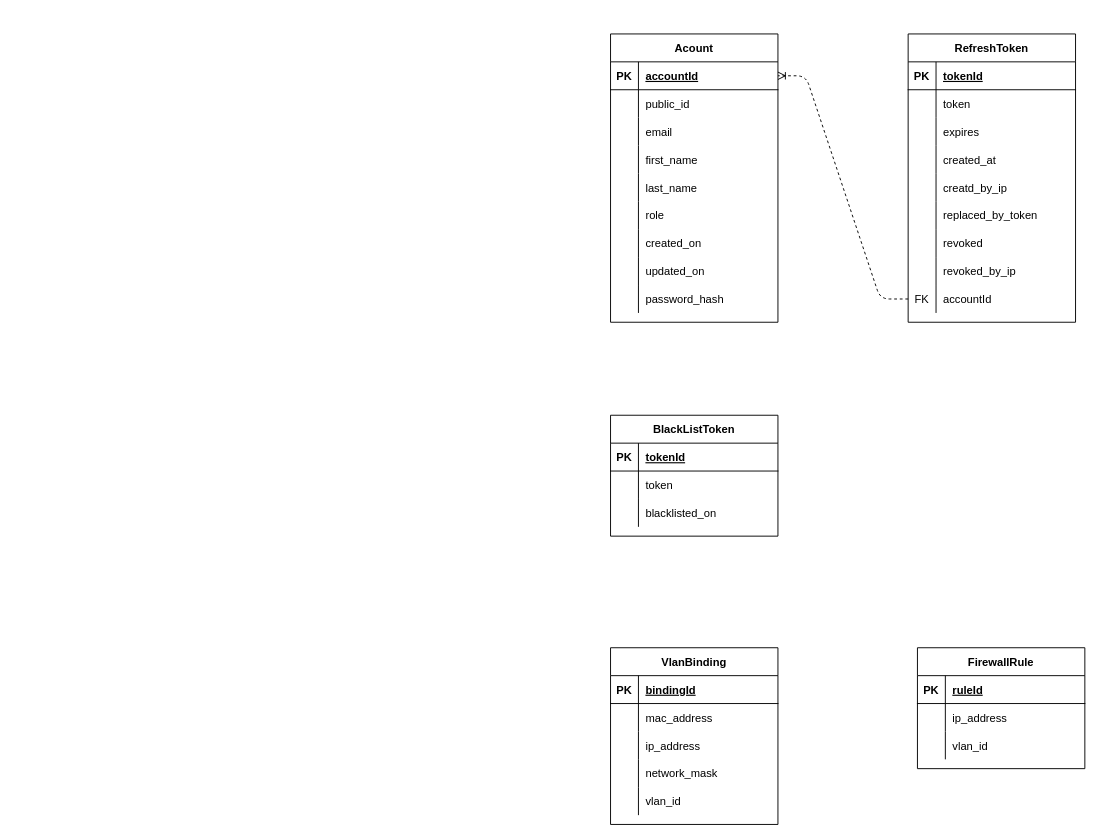
Before: Sytem_Design/ERD.drawio in coderhh/lan-management, a draw.io diagram. Source tidied: cells renumbered, new cells numbered last; positions are measured from the earlier drawing's top-left corner, leaving out a move shared by most shapes. Both pictures are drawn from the tidied source at 93%, with x=0, y=0 at pixel (610, 33).
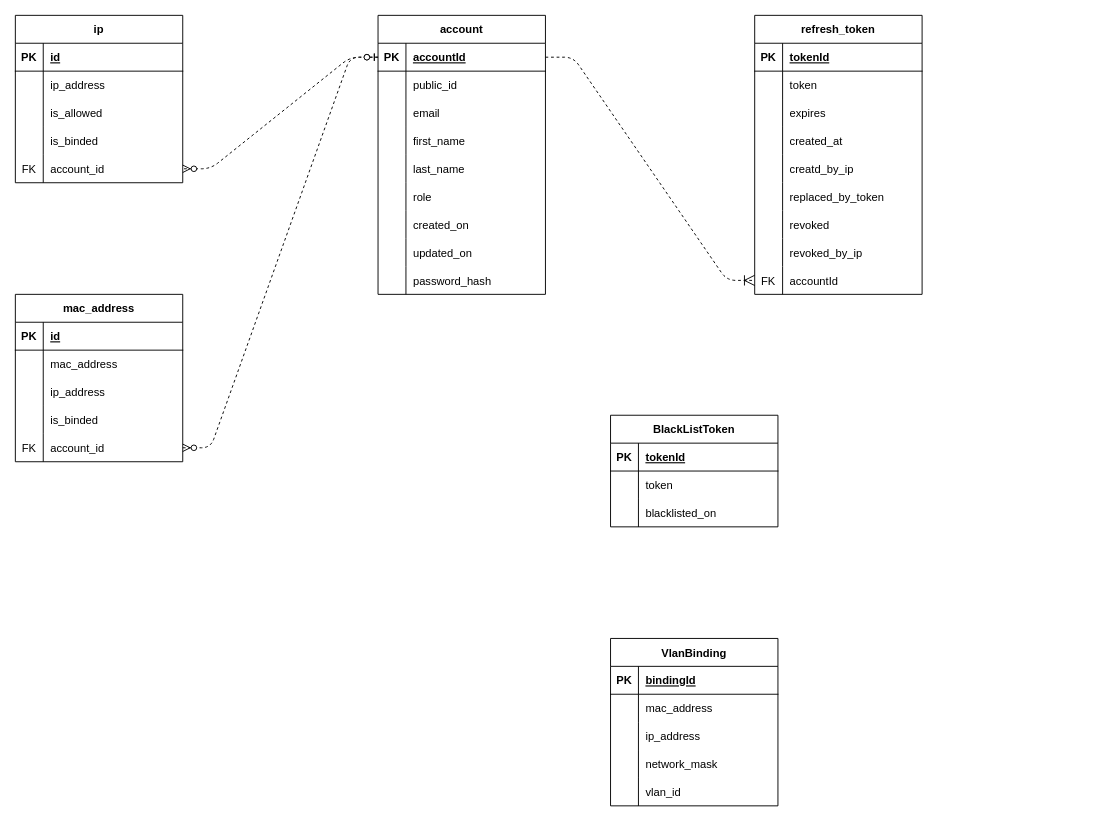
The same diagram, later.

Unchanged cells that the change refers to:
```xml
<mxCell id="29" style="shape=partialRectangle;fillColor=none;top=0;left=0;bottom=1;right=0;points=[[0,0.5],[1,0.5]];portConstraint=eastwest;" parent="28" vertex="1">
  <mxGeometry y="30" width="180" height="30" as="geometry" />
</mxCell>
<mxCell id="81" style="shape=partialRectangle;fillColor=none;top=0;left=0;bottom=0;right=0;points=[[0,0.5],[1,0.5]];portConstraint=eastwest;" parent="56" vertex="1">
  <mxGeometry y="270" width="180" height="30" as="geometry" />
</mxCell>
```

Change to the diagram source:
```diff
@@
     <mxCell id="2" value="VlanBinding" style="shape=table;startSize=30;childLayout=tableLayout;rowLines=0;fontStyle=1;align=center;" parent="1" vertex="1">
-      <mxGeometry y="660" width="180" height="190" as="geometry" />
+      <mxGeometry y="650" width="180" height="180" as="geometry" />
     </mxCell>
@@
-    <mxCell id="18" value="FirewallRule" style="shape=table;startSize=30;childLayout=tableLayout;rowLines=0;fontStyle=1;align=center;" parent="1" vertex="1">
-      <mxGeometry x="330" y="660" width="180" height="130" as="geometry" />
-    </mxCell>
-    <mxCell id="19" style="shape=partialRectangle;fillColor=none;top=0;left=0;bottom=1;right=0;" parent="18" vertex="1">
-      <mxGeometry y="30" width="180" height="30" as="geometry" />
-    </mxCell>
-    <mxCell id="20" value="PK" style="shape=partialRectangle;fillColor=none;top=0;left=0;bottom=0;right=0;fontStyle=1;overflow=hidden;" parent="19" vertex="1">
-      <mxGeometry width="30" height="30" as="geometry" />
-    </mxCell>
-    <mxCell id="21" value="ruleId" style="shape=partialRectangle;fillColor=none;top=0;left=0;bottom=0;right=0;align=left;spacingLeft=6;fontStyle=5;overflow=hidden;" parent="19" vertex="1">
-      <mxGeometry x="30" width="150" height="30" as="geometry" />
-    </mxCell>
-    <mxCell id="22" style="shape=partialRectangle;fillColor=none;top=0;left=0;bottom=0;right=0;" parent="18" vertex="1">
-      <mxGeometry y="60" width="180" height="30" as="geometry" />
-    </mxCell>
-    <mxCell id="23" style="shape=partialRectangle;fillColor=none;top=0;left=0;bottom=0;right=0;overflow=hidden;" parent="22" vertex="1">
-      <mxGeometry width="30" height="30" as="geometry" />
-    </mxCell>
-    <mxCell id="24" value="ip_address" style="shape=partialRectangle;fillColor=none;top=0;left=0;bottom=0;right=0;align=left;spacingLeft=6;overflow=hidden;" parent="22" vertex="1">
-      <mxGeometry x="30" width="150" height="30" as="geometry" />
-    </mxCell>
-    <mxCell id="25" style="shape=partialRectangle;fillColor=none;top=0;left=0;bottom=0;right=0;" parent="18" vertex="1">
-      <mxGeometry y="90" width="180" height="30" as="geometry" />
-    </mxCell>
-    <mxCell id="26" style="shape=partialRectangle;fillColor=none;top=0;left=0;bottom=0;right=0;overflow=hidden;" parent="25" vertex="1">
-      <mxGeometry width="30" height="30" as="geometry" />
-    </mxCell>
-    <mxCell id="27" value="vlan_id" style="shape=partialRectangle;fillColor=none;top=0;left=0;bottom=0;right=0;align=left;spacingLeft=6;overflow=hidden;" parent="25" vertex="1">
-      <mxGeometry x="30" width="150" height="30" as="geometry" />
-    </mxCell>
-    <mxCell id="28" value="Acount" style="shape=table;startSize=30;childLayout=tableLayout;rowLines=0;fontStyle=1;align=center;" parent="1" vertex="1">
-      <mxGeometry width="180" height="310" as="geometry" />
+    <mxCell id="28" value="account" style="shape=table;startSize=30;childLayout=tableLayout;rowLines=0;fontStyle=1;align=center;" parent="1" vertex="1">
+      <mxGeometry x="-250" y="-20" width="180" height="300" as="geometry" />
     </mxCell>
@@
-    <mxCell id="56" value="RefreshToken" style="shape=table;startSize=30;childLayout=tableLayout;rowLines=0;fontStyle=1;align=center;" parent="1" vertex="1">
-      <mxGeometry x="320" width="180" height="310" as="geometry" />
+    <mxCell id="56" value="refresh_token" style="shape=table;startSize=30;childLayout=tableLayout;rowLines=0;fontStyle=1;align=center;" parent="1" vertex="1">
+      <mxGeometry x="155" y="-20" width="180" height="300" as="geometry" />
     </mxCell>
@@
+    <mxCell id="95" style="edgeStyle=none;rounded=1;html=1;exitX=0.5;exitY=1;exitDx=0;exitDy=0;entryX=0.503;entryY=1.002;entryDx=0;entryDy=0;entryPerimeter=0;startSize=9;endSize=9;strokeColor=default;strokeWidth=1;" parent="56" edge="1" source="56" target="81">
+      <mxGeometry relative="1" as="geometry" />
+    </mxCell>
     <mxCell id="84" value="BlackListToken" style="shape=table;startSize=30;childLayout=tableLayout;rowLines=0;fontStyle=1;align=center;" parent="1" vertex="1">
-      <mxGeometry y="410" width="180" height="130" as="geometry" />
+      <mxGeometry y="410" width="180" height="120" as="geometry" />
     </mxCell>
@@
-    <mxCell id="94" style="edgeStyle=entityRelationEdgeStyle;fontSize=12;html=1;endArrow=ERoneToMany;exitX=0;exitY=0.5;exitDx=0;exitDy=0;entryX=1;entryY=0.5;entryDx=0;entryDy=0;strokeColor=default;dashed=1;" parent="1" edge="1" source="81" target="29">
+    <mxCell id="94" style="edgeStyle=entityRelationEdgeStyle;fontSize=12;html=1;endArrow=ERoneToMany;entryX=0;entryY=0.5;entryDx=0;entryDy=0;exitX=1;exitY=0.5;exitDx=0;exitDy=0;startSize=9;strokeWidth=1;rounded=1;endSize=9;dashed=1;" parent="1" edge="1" source="29" target="81">
       <mxGeometry relative="1" as="geometry" />
     </mxCell>
+    <mxCell id="96" value="ip" style="shape=table;startSize=30;childLayout=tableLayout;rowLines=0;fontStyle=1;align=center;" parent="1" vertex="1">
+      <mxGeometry x="-640" y="-20" width="180" height="180" as="geometry" />
+    </mxCell>
+    <mxCell id="97" style="shape=partialRectangle;fillColor=none;top=0;left=0;bottom=1;right=0;" parent="96" vertex="1">
+      <mxGeometry y="30" width="180" height="30" as="geometry" />
+    </mxCell>
+    <mxCell id="98" value="PK" style="shape=partialRectangle;fillColor=none;top=0;left=0;bottom=0;right=0;fontStyle=1;overflow=hidden;" parent="97" vertex="1">
+      <mxGeometry width="30" height="30" as="geometry" />
+    </mxCell>
+    <mxCell id="99" value="id" style="shape=partialRectangle;fillColor=none;top=0;left=0;bottom=0;right=0;align=left;spacingLeft=6;fontStyle=5;overflow=hidden;" parent="97" vertex="1">
+      <mxGeometry x="30" width="150" height="30" as="geometry" />
+    </mxCell>
+    <mxCell id="100" style="shape=partialRectangle;fillColor=none;top=0;left=0;bottom=0;right=0;" parent="96" vertex="1">
+      <mxGeometry y="60" width="180" height="30" as="geometry" />
+    </mxCell>
+    <mxCell id="101" style="shape=partialRectangle;fillColor=none;top=0;left=0;bottom=0;right=0;overflow=hidden;" parent="100" vertex="1">
+      <mxGeometry width="30" height="30" as="geometry" />
+    </mxCell>
+    <mxCell id="102" value="ip_address" style="shape=partialRectangle;fillColor=none;top=0;left=0;bottom=0;right=0;align=left;spacingLeft=6;overflow=hidden;" parent="100" vertex="1">
+      <mxGeometry x="30" width="150" height="30" as="geometry" />
+    </mxCell>
+    <mxCell id="103" style="shape=partialRectangle;fillColor=none;top=0;left=0;bottom=0;right=0;" parent="96" vertex="1">
+      <mxGeometry y="90" width="180" height="30" as="geometry" />
+    </mxCell>
+    <mxCell id="104" style="shape=partialRectangle;fillColor=none;top=0;left=0;bottom=0;right=0;overflow=hidden;" parent="103" vertex="1">
+      <mxGeometry width="30" height="30" as="geometry" />
+    </mxCell>
+    <mxCell id="105" value="is_allowed" style="shape=partialRectangle;fillColor=none;top=0;left=0;bottom=0;right=0;align=left;spacingLeft=6;overflow=hidden;" parent="103" vertex="1">
+      <mxGeometry x="30" width="150" height="30" as="geometry" />
+    </mxCell>
+    <mxCell id="106" style="shape=partialRectangle;fillColor=none;top=0;left=0;bottom=0;right=0;" parent="96" vertex="1">
+      <mxGeometry y="120" width="180" height="30" as="geometry" />
+    </mxCell>
+    <mxCell id="107" style="shape=partialRectangle;fillColor=none;top=0;left=0;bottom=0;right=0;overflow=hidden;" parent="106" vertex="1">
+      <mxGeometry width="30" height="30" as="geometry" />
+    </mxCell>
+    <mxCell id="108" value="is_binded" style="shape=partialRectangle;fillColor=none;top=0;left=0;bottom=0;right=0;align=left;spacingLeft=6;overflow=hidden;" parent="106" vertex="1">
+      <mxGeometry x="30" width="150" height="30" as="geometry" />
+    </mxCell>
+    <mxCell id="109" style="shape=partialRectangle;fillColor=none;top=0;left=0;bottom=0;right=0;points=[[0,0.5],[1,0.5]];portConstraint=eastwest;" parent="96" vertex="1">
+      <mxGeometry y="150" width="180" height="30" as="geometry" />
+    </mxCell>
+    <mxCell id="110" value="FK" style="shape=partialRectangle;fillColor=none;top=0;left=0;bottom=0;right=0;overflow=hidden;" parent="109" vertex="1">
+      <mxGeometry width="30" height="30" as="geometry" />
+    </mxCell>
+    <mxCell id="111" value="account_id" style="shape=partialRectangle;fillColor=none;top=0;left=0;bottom=0;right=0;align=left;spacingLeft=6;overflow=hidden;" parent="109" vertex="1">
+      <mxGeometry x="30" width="150" height="30" as="geometry" />
+    </mxCell>
+    <mxCell id="112" value="mac_address" style="shape=table;startSize=30;childLayout=tableLayout;rowLines=0;fontStyle=1;align=center;" parent="1" vertex="1">
+      <mxGeometry x="-640" y="280" width="180" height="180" as="geometry" />
+    </mxCell>
+    <mxCell id="113" style="shape=partialRectangle;fillColor=none;top=0;left=0;bottom=1;right=0;" parent="112" vertex="1">
+      <mxGeometry y="30" width="180" height="30" as="geometry" />
+    </mxCell>
+    <mxCell id="114" value="PK" style="shape=partialRectangle;fillColor=none;top=0;left=0;bottom=0;right=0;fontStyle=1;overflow=hidden;" parent="113" vertex="1">
+      <mxGeometry width="30" height="30" as="geometry" />
+    </mxCell>
+    <mxCell id="115" value="id" style="shape=partialRectangle;fillColor=none;top=0;left=0;bottom=0;right=0;align=left;spacingLeft=6;fontStyle=5;overflow=hidden;" parent="113" vertex="1">
+      <mxGeometry x="30" width="150" height="30" as="geometry" />
+    </mxCell>
+    <mxCell id="116" style="shape=partialRectangle;fillColor=none;top=0;left=0;bottom=0;right=0;" parent="112" vertex="1">
+      <mxGeometry y="60" width="180" height="30" as="geometry" />
+    </mxCell>
+    <mxCell id="117" style="shape=partialRectangle;fillColor=none;top=0;left=0;bottom=0;right=0;overflow=hidden;" parent="116" vertex="1">
+      <mxGeometry width="30" height="30" as="geometry" />
+    </mxCell>
+    <mxCell id="118" value="mac_address" style="shape=partialRectangle;fillColor=none;top=0;left=0;bottom=0;right=0;align=left;spacingLeft=6;overflow=hidden;" parent="116" vertex="1">
+      <mxGeometry x="30" width="150" height="30" as="geometry" />
+    </mxCell>
+    <mxCell id="119" style="shape=partialRectangle;fillColor=none;top=0;left=0;bottom=0;right=0;" parent="112" vertex="1">
+      <mxGeometry y="90" width="180" height="30" as="geometry" />
+    </mxCell>
+    <mxCell id="120" style="shape=partialRectangle;fillColor=none;top=0;left=0;bottom=0;right=0;overflow=hidden;" parent="119" vertex="1">
+      <mxGeometry width="30" height="30" as="geometry" />
+    </mxCell>
+    <mxCell id="121" value="ip_address" style="shape=partialRectangle;fillColor=none;top=0;left=0;bottom=0;right=0;align=left;spacingLeft=6;overflow=hidden;" parent="119" vertex="1">
+      <mxGeometry x="30" width="150" height="30" as="geometry" />
+    </mxCell>
+    <mxCell id="122" style="shape=partialRectangle;fillColor=none;top=0;left=0;bottom=0;right=0;" parent="112" vertex="1">
+      <mxGeometry y="120" width="180" height="30" as="geometry" />
+    </mxCell>
+    <mxCell id="123" style="shape=partialRectangle;fillColor=none;top=0;left=0;bottom=0;right=0;overflow=hidden;" parent="122" vertex="1">
+      <mxGeometry width="30" height="30" as="geometry" />
+    </mxCell>
+    <mxCell id="124" value="is_binded" style="shape=partialRectangle;fillColor=none;top=0;left=0;bottom=0;right=0;align=left;spacingLeft=6;overflow=hidden;" parent="122" vertex="1">
+      <mxGeometry x="30" width="150" height="30" as="geometry" />
+    </mxCell>
+    <mxCell id="125" style="shape=partialRectangle;fillColor=none;top=0;left=0;bottom=0;right=0;points=[[0,0.5],[1,0.5]];portConstraint=eastwest;" parent="112" vertex="1">
+      <mxGeometry y="150" width="180" height="30" as="geometry" />
+    </mxCell>
+    <mxCell id="126" value="FK" style="shape=partialRectangle;fillColor=none;top=0;left=0;bottom=0;right=0;overflow=hidden;" parent="125" vertex="1">
+      <mxGeometry width="30" height="30" as="geometry" />
+    </mxCell>
+    <mxCell id="127" value="account_id" style="shape=partialRectangle;fillColor=none;top=0;left=0;bottom=0;right=0;align=left;spacingLeft=6;overflow=hidden;" parent="125" vertex="1">
+      <mxGeometry x="30" width="150" height="30" as="geometry" />
+    </mxCell>
+    <mxCell id="128" style="edgeStyle=entityRelationEdgeStyle;fontSize=12;html=1;endArrow=ERzeroToMany;startArrow=ERzeroToOne;exitX=0;exitY=0.5;exitDx=0;exitDy=0;entryX=1;entryY=0.5;entryDx=0;entryDy=0;dashed=1;" parent="1" edge="1" source="29" target="109">
+      <mxGeometry relative="1" as="geometry" />
+    </mxCell>
+    <mxCell id="129" style="edgeStyle=entityRelationEdgeStyle;fontSize=12;html=1;endArrow=ERzeroToMany;startArrow=ERzeroToOne;exitX=0;exitY=0.5;exitDx=0;exitDy=0;entryX=1;entryY=0.5;entryDx=0;entryDy=0;dashed=1;" parent="1" edge="1" source="29" target="125">
+      <mxGeometry relative="1" as="geometry" />
+    </mxCell>
```
